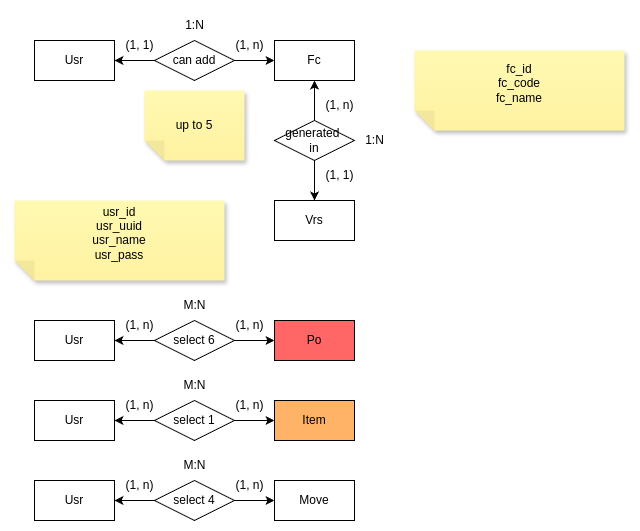
Before: mysql/dia/kingin-er-usr.drawio.png, a diagram exported from draw.io (morenopilaralejandro/kingin). Source tidied: cells renumbered, new cells last; positions are measured from the earlier drawing's top-left corner, leaving out a move shared by most shapes.
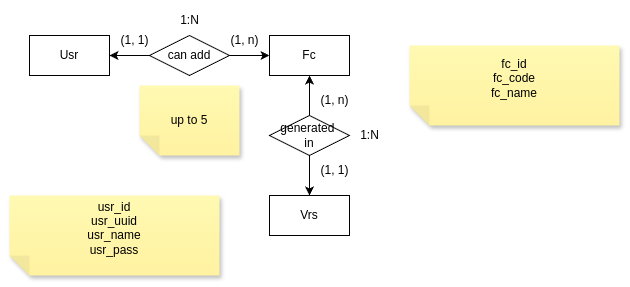
The same file after the commit.

What changed in the source:
```diff
@@ -56,77 +56,5 @@
     <mxCell id="19" value="&lt;div&gt;fc_id&lt;/div&gt;&lt;div&gt;fc_code&lt;br&gt;&lt;/div&gt;&lt;div&gt;fc_name&lt;/div&gt;&lt;div&gt;&lt;br&gt;&lt;/div&gt;" style="shape=note;whiteSpace=wrap;html=1;backgroundOutline=1;fontColor=#000000;darkOpacity=0.05;fillColor=#FFF9B2;strokeColor=none;fillStyle=solid;direction=west;gradientDirection=north;gradientColor=#FFF2A1;shadow=1;size=20;" parent="1" vertex="1">
       <mxGeometry x="400" y="40" width="210" height="80" as="geometry" />
     </mxCell>
-    <mxCell id="20" value="Usr" style="rounded=0;whiteSpace=wrap;html=1;" parent="1" vertex="1">
-      <mxGeometry x="20" y="310" width="80" height="40" as="geometry" />
-    </mxCell>
-    <mxCell id="21" style="edgeStyle=orthogonalEdgeStyle;rounded=0;jettySize=auto;html=1;" parent="1" edge="1" source="23" target="20">
-      <mxGeometry relative="1" as="geometry" />
-    </mxCell>
-    <mxCell id="22" style="edgeStyle=orthogonalEdgeStyle;rounded=0;jettySize=auto;html=1;" parent="1" edge="1" source="23" target="24">
-      <mxGeometry relative="1" as="geometry" />
-    </mxCell>
-    <mxCell id="23" value="select 6" style="rhombus;whiteSpace=wrap;html=1;" parent="1" vertex="1">
-      <mxGeometry x="140" y="310" width="80" height="40" as="geometry" />
-    </mxCell>
-    <mxCell id="24" value="Po" style="rounded=0;whiteSpace=wrap;html=1;fillColor=#FF6666;" parent="1" vertex="1">
-      <mxGeometry x="260" y="310" width="80" height="40" as="geometry" />
-    </mxCell>
-    <mxCell id="25" value="Usr" style="rounded=0;whiteSpace=wrap;html=1;" parent="1" vertex="1">
-      <mxGeometry x="20" y="390" width="80" height="40" as="geometry" />
-    </mxCell>
-    <mxCell id="26" style="edgeStyle=orthogonalEdgeStyle;rounded=0;jettySize=auto;html=1;" parent="1" edge="1" source="28" target="25">
-      <mxGeometry relative="1" as="geometry" />
-    </mxCell>
-    <mxCell id="27" style="edgeStyle=orthogonalEdgeStyle;rounded=0;jettySize=auto;html=1;" parent="1" edge="1" source="28" target="29">
-      <mxGeometry relative="1" as="geometry" />
-    </mxCell>
-    <mxCell id="28" value="select 1" style="rhombus;whiteSpace=wrap;html=1;" parent="1" vertex="1">
-      <mxGeometry x="140" y="390" width="80" height="40" as="geometry" />
-    </mxCell>
-    <mxCell id="29" value="Item" style="rounded=0;whiteSpace=wrap;html=1;fillColor=#FFB366;" parent="1" vertex="1">
-      <mxGeometry x="260" y="390" width="80" height="40" as="geometry" />
-    </mxCell>
-    <mxCell id="30" value="Usr" style="rounded=0;whiteSpace=wrap;html=1;" parent="1" vertex="1">
-      <mxGeometry x="20" y="470" width="80" height="40" as="geometry" />
-    </mxCell>
-    <mxCell id="31" style="edgeStyle=orthogonalEdgeStyle;rounded=0;jettySize=auto;html=1;" parent="1" edge="1" source="33" target="30">
-      <mxGeometry relative="1" as="geometry" />
-    </mxCell>
-    <mxCell id="32" style="edgeStyle=orthogonalEdgeStyle;rounded=0;jettySize=auto;html=1;" parent="1" edge="1" source="33" target="34">
-      <mxGeometry relative="1" as="geometry" />
-    </mxCell>
-    <mxCell id="33" value="select 4" style="rhombus;whiteSpace=wrap;html=1;" parent="1" vertex="1">
-      <mxGeometry x="140" y="470" width="80" height="40" as="geometry" />
-    </mxCell>
-    <mxCell id="34" value="Move" style="rounded=0;whiteSpace=wrap;html=1;" parent="1" vertex="1">
-      <mxGeometry x="260" y="470" width="80" height="40" as="geometry" />
-    </mxCell>
-    <mxCell id="35" value="(1, n)" style="text;html=1;align=center;verticalAlign=middle;strokeColor=none;fillColor=none;" parent="1" vertex="1">
-      <mxGeometry x="100" y="300" width="50" height="30" as="geometry" />
-    </mxCell>
-    <mxCell id="36" value="(1, n)" style="text;html=1;align=center;verticalAlign=middle;strokeColor=none;fillColor=none;" parent="1" vertex="1">
-      <mxGeometry x="210" y="300" width="50" height="30" as="geometry" />
-    </mxCell>
-    <mxCell id="37" value="(1, n)" style="text;html=1;align=center;verticalAlign=middle;strokeColor=none;fillColor=none;" parent="1" vertex="1">
-      <mxGeometry x="100" y="380" width="50" height="30" as="geometry" />
-    </mxCell>
-    <mxCell id="38" value="(1, n)" style="text;html=1;align=center;verticalAlign=middle;strokeColor=none;fillColor=none;" parent="1" vertex="1">
-      <mxGeometry x="210" y="380" width="50" height="30" as="geometry" />
-    </mxCell>
-    <mxCell id="39" value="(1, n)" style="text;html=1;align=center;verticalAlign=middle;strokeColor=none;fillColor=none;" parent="1" vertex="1">
-      <mxGeometry x="100" y="460" width="50" height="30" as="geometry" />
-    </mxCell>
-    <mxCell id="40" value="(1, n)" style="text;html=1;align=center;verticalAlign=middle;strokeColor=none;fillColor=none;" parent="1" vertex="1">
-      <mxGeometry x="210" y="460" width="50" height="30" as="geometry" />
-    </mxCell>
-    <mxCell id="41" value="M:N" style="text;html=1;align=center;verticalAlign=middle;strokeColor=none;fillColor=none;" parent="1" vertex="1">
-      <mxGeometry x="155" y="280" width="50" height="30" as="geometry" />
-    </mxCell>
-    <mxCell id="42" value="M:N" style="text;html=1;align=center;verticalAlign=middle;strokeColor=none;fillColor=none;" parent="1" vertex="1">
-      <mxGeometry x="155" y="360" width="50" height="30" as="geometry" />
-    </mxCell>
-    <mxCell id="43" value="M:N" style="text;html=1;align=center;verticalAlign=middle;strokeColor=none;fillColor=none;" parent="1" vertex="1">
-      <mxGeometry x="155" y="440" width="50" height="30" as="geometry" />
-    </mxCell>
   </root>
 </mxGraphModel>
```
